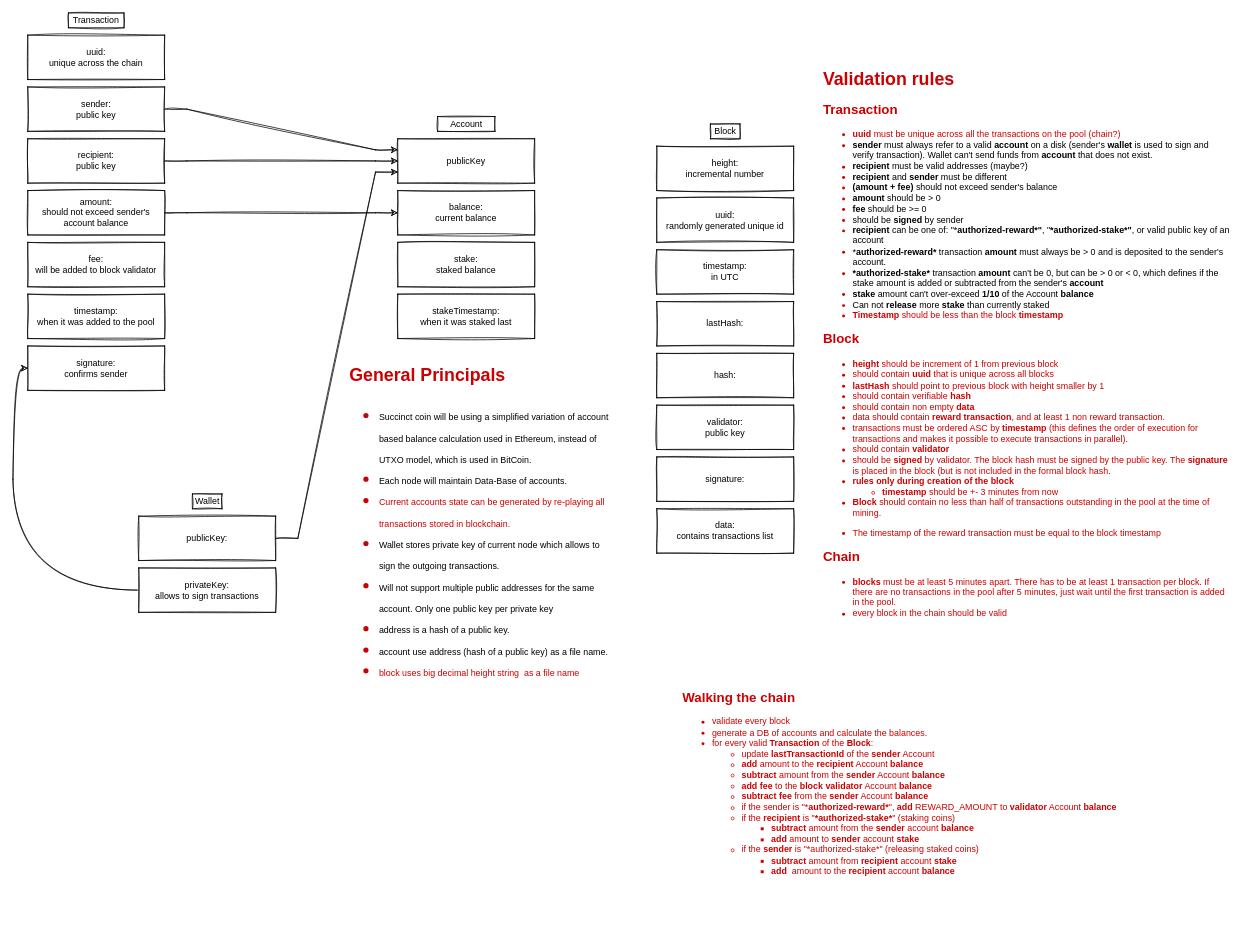
Above: docs/Transaction Structure Diagram.drawio in echowaves/succinctcoin (draw.io), before the change. Source tidied: cells renumbered, new cells numbered last; positions are measured from the earlier drawing's top-left corner, leaving out a move shared by most shapes. Both pictures are drawn from the tidied source at 74%, with x=0, y=0 at pixel (27, 13).
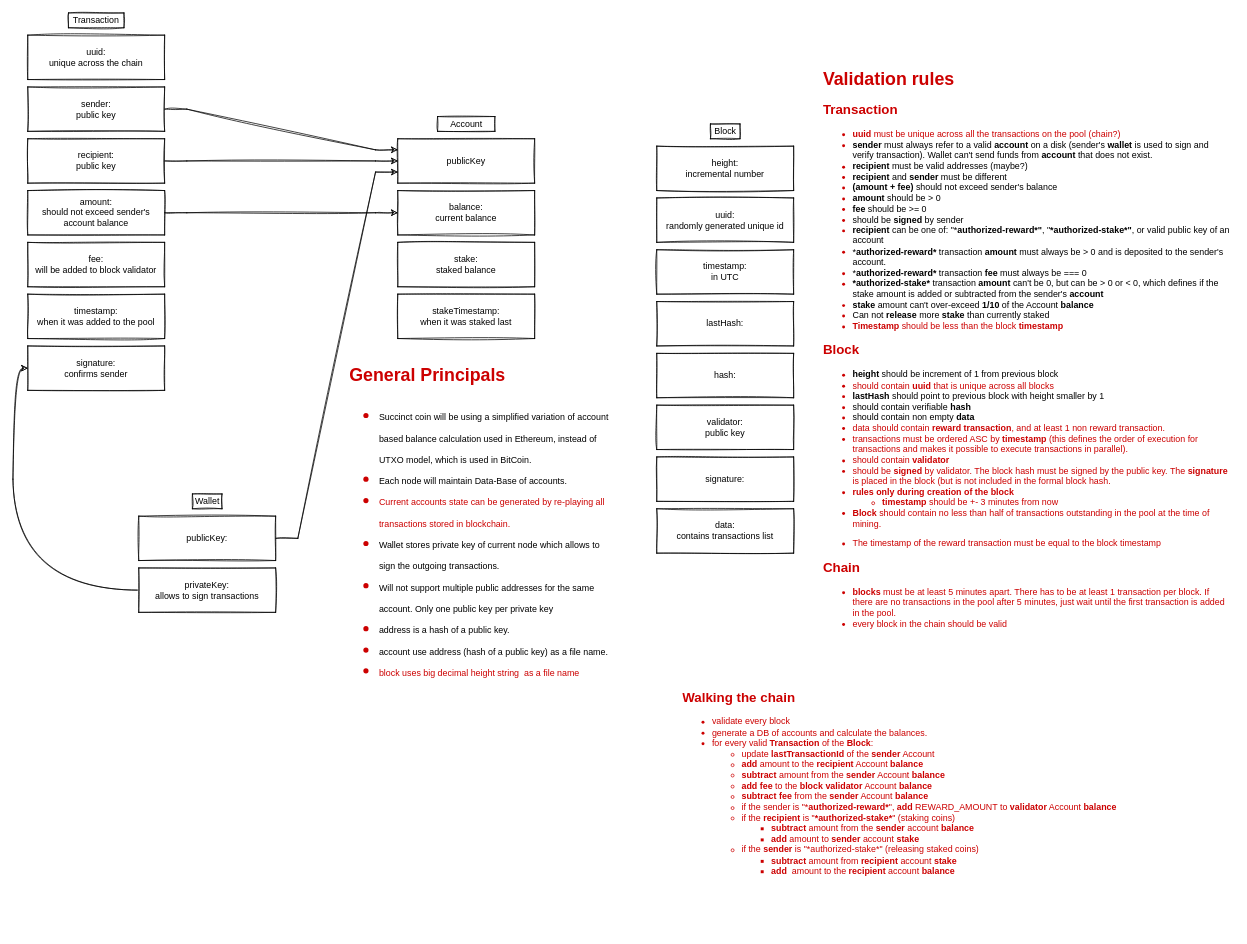
Above is the later version.

Commit message (it also covers changes not shown here):
small refactoring of reward tranasctions and signing of blocks and transactions

What changed in the source:
```diff
@@
-    <mxCell id="30" value="&lt;h1&gt;Validation rules&lt;/h1&gt;&lt;h2&gt;Transaction&lt;/h2&gt;&lt;div&gt;&lt;ul&gt;&lt;li&gt;&lt;b&gt;uuid&lt;/b&gt; must be unique across all the transactions on the pool (chain?)&lt;/li&gt;&lt;li&gt;&lt;font color=&quot;#000000&quot;&gt;&lt;b&gt;sender &lt;/b&gt;must always refer to a valid &lt;b&gt;account&lt;/b&gt; on a disk (sender's &lt;b&gt;wallet&lt;/b&gt; is used to sign and verify transaction). Wallet can't send funds from &lt;b&gt;account &lt;/b&gt;that does not exist.&lt;/font&gt;&lt;/li&gt;&lt;li&gt;&lt;font color=&quot;#000000&quot;&gt;&lt;b&gt;recipient&lt;/b&gt; must be valid addresses (maybe?)&lt;/font&gt;&lt;/li&gt;&lt;li&gt;&lt;font color=&quot;#000000&quot;&gt;&lt;b&gt;recipient&lt;/b&gt; and &lt;b&gt;sender&lt;/b&gt; must be different&lt;/font&gt;&lt;/li&gt;&lt;li&gt;&lt;font color=&quot;#000000&quot;&gt;&lt;b&gt;(amount + fee)&lt;/b&gt;&lt;span&gt; should not exceed sender's balance&lt;/span&gt;&lt;br&gt;&lt;/font&gt;&lt;/li&gt;&lt;li&gt;&lt;font color=&quot;#000000&quot;&gt;&lt;b&gt;amount&lt;/b&gt; should be &amp;gt; 0&lt;/font&gt;&lt;/li&gt;&lt;li&gt;&lt;font color=&quot;#000000&quot;&gt;&lt;b&gt;fee&lt;/b&gt;&amp;nbsp;should be &amp;gt;= 0&lt;/font&gt;&lt;/li&gt;&lt;li&gt;&lt;font color=&quot;#000000&quot;&gt;should be &lt;b&gt;signed&lt;/b&gt; by sender&lt;/font&gt;&lt;/li&gt;&lt;li&gt;&lt;font color=&quot;#000000&quot;&gt;&lt;b&gt;recipient&lt;/b&gt;&lt;span&gt;&amp;nbsp;can be one of: &quot;*&lt;/span&gt;&lt;b&gt;authorized-reward*&quot;&lt;/b&gt;&lt;span&gt;, &quot;&lt;/span&gt;&lt;b&gt;*authorized-stake*&quot;&lt;/b&gt;&lt;span&gt;, or valid public key of an account&lt;/span&gt;&lt;br&gt;&lt;/font&gt;&lt;/li&gt;&lt;li&gt;&lt;font color=&quot;#000000&quot;&gt;&lt;span&gt;*&lt;/span&gt;&lt;b&gt;authorized-reward*&lt;/b&gt;&amp;nbsp;transaction &lt;b&gt;amount&lt;/b&gt; must always be &amp;gt; 0 and is deposited to the sender's account.&lt;/font&gt;&lt;/li&gt;&lt;li&gt;&lt;font color=&quot;#000000&quot;&gt;&lt;b&gt;*authorized-stake* &lt;/b&gt;&lt;span&gt;transaction &lt;b&gt;amount&lt;/b&gt; can't be 0, but can be &amp;gt; 0 or &amp;lt; 0, which defines if the stake amount is added or subtracted from the sender's &lt;b&gt;account&lt;/b&gt;&lt;/span&gt;&lt;/font&gt;&lt;br&gt;&lt;/li&gt;&lt;li&gt;&lt;font color=&quot;#000000&quot;&gt;&lt;b&gt;stake &lt;/b&gt;amount can't over-exceed &lt;b&gt;1/10&lt;/b&gt; of the Account &lt;b&gt;balance&lt;/b&gt;&lt;/font&gt;&lt;/li&gt;&lt;li&gt;&lt;font color=&quot;#000000&quot;&gt;Can not &lt;b&gt;release&lt;/b&gt; more &lt;b&gt;stake&lt;/b&gt; than currently staked&lt;/font&gt;&lt;/li&gt;&lt;li&gt;&lt;b&gt;Timestamp &lt;/b&gt;should be less than the block &lt;b&gt;timestamp&lt;/b&gt;&lt;/li&gt;&lt;/ul&gt;&lt;/div&gt;&lt;h2&gt;Block&lt;/h2&gt;&lt;div&gt;&lt;ul&gt;&lt;li&gt;&lt;b&gt;height&lt;/b&gt;&lt;span&gt; should be increment of 1 from previous block&lt;/span&gt;&lt;br&gt;&lt;/li&gt;&lt;li&gt;should contain &lt;b&gt;uuid &lt;/b&gt;that is unique across all blocks&lt;/li&gt;&lt;li&gt;&lt;b&gt;lastHash&lt;/b&gt; should point to previous block with height smaller by 1&lt;/li&gt;&lt;li&gt;should contain verifiable &lt;b&gt;hash&lt;/b&gt;&lt;/li&gt;&lt;li&gt;should contain non empty &lt;b&gt;data&lt;/b&gt;&lt;/li&gt;&lt;li&gt;data should contain&amp;nbsp;&lt;b&gt;reward transaction&lt;/b&gt;, and at least 1 non reward transaction.&lt;/li&gt;&lt;li&gt;transactions must be ordered ASC by &lt;b&gt;timestamp &lt;/b&gt;(this defines the order of execution for transactions and makes it possible to execute transactions in parallel).&lt;/li&gt;&lt;li&gt;should contain &lt;b&gt;validator&lt;/b&gt;&lt;/li&gt;&lt;li&gt;should be &lt;b&gt;signed&lt;/b&gt; by validator. The block hash must be signed by the public key. The &lt;b&gt;signature&lt;/b&gt; is placed in the block (but is not included in the formal block hash.&lt;/li&gt;&lt;li&gt;&lt;b&gt;rules only during creation of the block&lt;/b&gt;&lt;/li&gt;&lt;ul&gt;&lt;li&gt;&lt;b&gt;timestamp&lt;/b&gt; should be +- 3 minutes from now&lt;/li&gt;&lt;/ul&gt;&lt;li&gt;&lt;b&gt;Block &lt;/b&gt;should contain no less than half of transactions outstanding in the pool at the time of mining.&lt;/li&gt;&lt;/ul&gt;&lt;p&gt;&lt;/p&gt;&lt;ul&gt;&lt;li&gt;&lt;span style=&quot;background-color: rgb(255 , 255 , 255)&quot;&gt;&lt;font style=&quot;font-size: 12px&quot;&gt;The timestamp of the reward transaction must be equal to the block timestamp&lt;/font&gt;&lt;/span&gt;&lt;/li&gt;&lt;/ul&gt;&lt;p&gt;&lt;/p&gt;&lt;/div&gt;&lt;h2&gt;Chain&lt;/h2&gt;&lt;div&gt;&lt;ul&gt;&lt;li&gt;&lt;b&gt;blocks&amp;nbsp;&lt;/b&gt;must be at least 5 minutes apart. There has to be at least 1 transaction per block. If there are no transactions in the pool after 5 minutes, just wait until the first transaction is added in the pool.&lt;/li&gt;&lt;li&gt;every block in the chain should be valid&lt;/li&gt;&lt;/ul&gt;&lt;div&gt;&lt;br&gt;&lt;/div&gt;&lt;/div&gt;&lt;h2&gt;&lt;br&gt;&lt;/h2&gt;" style="text;html=1;fillColor=none;spacing=5;spacingTop=-20;whiteSpace=wrap;overflow=hidden;rounded=0;sketch=1;fontColor=#CC0000;" parent="1" vertex="1">
+    <mxCell id="30" value="&lt;h1&gt;Validation rules&lt;/h1&gt;&lt;h2&gt;Transaction&lt;/h2&gt;&lt;div&gt;&lt;ul&gt;&lt;li&gt;&lt;b&gt;uuid&lt;/b&gt; must be unique across all the transactions on the pool (chain?)&lt;/li&gt;&lt;li&gt;&lt;font color=&quot;#000000&quot;&gt;&lt;b&gt;sender &lt;/b&gt;must always refer to a valid &lt;b&gt;account&lt;/b&gt; on a disk (sender's &lt;b&gt;wallet&lt;/b&gt; is used to sign and verify transaction). Wallet can't send funds from &lt;b&gt;account &lt;/b&gt;that does not exist.&lt;/font&gt;&lt;/li&gt;&lt;li&gt;&lt;font color=&quot;#000000&quot;&gt;&lt;b&gt;recipient&lt;/b&gt; must be valid addresses (maybe?)&lt;/font&gt;&lt;/li&gt;&lt;li&gt;&lt;font color=&quot;#000000&quot;&gt;&lt;b&gt;recipient&lt;/b&gt; and &lt;b&gt;sender&lt;/b&gt; must be different&lt;/font&gt;&lt;/li&gt;&lt;li&gt;&lt;font color=&quot;#000000&quot;&gt;&lt;b&gt;(amount + fee)&lt;/b&gt;&lt;span&gt; should not exceed sender's balance&lt;/span&gt;&lt;br&gt;&lt;/font&gt;&lt;/li&gt;&lt;li&gt;&lt;font color=&quot;#000000&quot;&gt;&lt;b&gt;amount&lt;/b&gt; should be &amp;gt; 0&lt;/font&gt;&lt;/li&gt;&lt;li&gt;&lt;font color=&quot;#000000&quot;&gt;&lt;b&gt;fee&lt;/b&gt;&amp;nbsp;should be &amp;gt;= 0&lt;/font&gt;&lt;/li&gt;&lt;li&gt;&lt;font color=&quot;#000000&quot;&gt;should be &lt;b&gt;signed&lt;/b&gt; by sender&lt;/font&gt;&lt;/li&gt;&lt;li&gt;&lt;font color=&quot;#000000&quot;&gt;&lt;b&gt;recipient&lt;/b&gt;&lt;span&gt;&amp;nbsp;can be one of: &quot;*&lt;/span&gt;&lt;b&gt;authorized-reward*&quot;&lt;/b&gt;&lt;span&gt;, &quot;&lt;/span&gt;&lt;b&gt;*authorized-stake*&quot;&lt;/b&gt;&lt;span&gt;, or valid public key of an account&lt;/span&gt;&lt;br&gt;&lt;/font&gt;&lt;/li&gt;&lt;li&gt;&lt;font color=&quot;#000000&quot;&gt;&lt;span&gt;*&lt;/span&gt;&lt;b&gt;authorized-reward*&lt;/b&gt;&amp;nbsp;transaction &lt;b&gt;amount&lt;/b&gt; must always be &amp;gt; 0 and is deposited to the sender's account.&lt;/font&gt;&lt;/li&gt;&lt;li&gt;&lt;font color=&quot;#000000&quot;&gt;*&lt;b&gt;authorized-reward*&lt;/b&gt;&amp;nbsp;transaction&amp;nbsp;&lt;b&gt;fee&lt;/b&gt;&amp;nbsp;must always be === 0&amp;nbsp;&lt;/font&gt;&lt;/li&gt;&lt;li&gt;&lt;font color=&quot;#000000&quot;&gt;&lt;b&gt;*authorized-stake* &lt;/b&gt;&lt;span&gt;transaction &lt;b&gt;amount&lt;/b&gt; can't be 0, but can be &amp;gt; 0 or &amp;lt; 0, which defines if the stake amount is added or subtracted from the sender's &lt;b&gt;account&lt;/b&gt;&lt;/span&gt;&lt;/font&gt;&lt;br&gt;&lt;/li&gt;&lt;li&gt;&lt;font color=&quot;#000000&quot;&gt;&lt;b&gt;stake &lt;/b&gt;amount can't over-exceed &lt;b&gt;1/10&lt;/b&gt; of the Account &lt;b&gt;balance&lt;/b&gt;&lt;/font&gt;&lt;/li&gt;&lt;li&gt;&lt;font color=&quot;#000000&quot;&gt;Can not &lt;b&gt;release&lt;/b&gt; more &lt;b&gt;stake&lt;/b&gt; than currently staked&lt;/font&gt;&lt;/li&gt;&lt;li&gt;&lt;b&gt;Timestamp &lt;/b&gt;should be less than the block &lt;b&gt;timestamp&lt;/b&gt;&lt;/li&gt;&lt;/ul&gt;&lt;/div&gt;&lt;h2&gt;Block&lt;/h2&gt;&lt;div&gt;&lt;ul&gt;&lt;li&gt;&lt;font color=&quot;#000000&quot;&gt;&lt;b&gt;height&lt;/b&gt;&lt;span&gt; should be increment of 1 from previous block&lt;/span&gt;&lt;br&gt;&lt;/font&gt;&lt;/li&gt;&lt;li&gt;should contain &lt;b&gt;uuid &lt;/b&gt;that is unique across all blocks&lt;/li&gt;&lt;li&gt;&lt;font color=&quot;#000000&quot;&gt;&lt;b&gt;lastHash&lt;/b&gt; should point to previous block with height smaller by 1&lt;/font&gt;&lt;/li&gt;&lt;li&gt;&lt;font color=&quot;#000000&quot;&gt;should contain verifiable &lt;b&gt;hash&lt;/b&gt;&lt;/font&gt;&lt;/li&gt;&lt;li&gt;&lt;font color=&quot;#000000&quot;&gt;should contain non empty &lt;b&gt;data&lt;/b&gt;&lt;/font&gt;&lt;/li&gt;&lt;li&gt;data should contain&amp;nbsp;&lt;b&gt;reward transaction&lt;/b&gt;, and at least 1 non reward transaction.&lt;/li&gt;&lt;li&gt;transactions must be ordered ASC by &lt;b&gt;timestamp &lt;/b&gt;(this defines the order of execution for transactions and makes it possible to execute transactions in parallel).&lt;/li&gt;&lt;li&gt;should contain &lt;b&gt;validator&lt;/b&gt;&lt;/li&gt;&lt;li&gt;should be &lt;b&gt;signed&lt;/b&gt; by validator. The block hash must be signed by the public key. The &lt;b&gt;signature&lt;/b&gt; is placed in the block (but is not included in the formal block hash.&lt;/li&gt;&lt;li&gt;&lt;b&gt;rules only during creation of the block&lt;/b&gt;&lt;/li&gt;&lt;ul&gt;&lt;li&gt;&lt;b&gt;timestamp&lt;/b&gt; should be +- 3 minutes from now&lt;/li&gt;&lt;/ul&gt;&lt;li&gt;&lt;b&gt;Block &lt;/b&gt;should contain no less than half of transactions outstanding in the pool at the time of mining.&lt;/li&gt;&lt;/ul&gt;&lt;p&gt;&lt;/p&gt;&lt;ul&gt;&lt;li&gt;&lt;span style=&quot;background-color: rgb(255 , 255 , 255)&quot;&gt;&lt;font style=&quot;font-size: 12px&quot;&gt;The timestamp of the reward transaction must be equal to the block timestamp&lt;/font&gt;&lt;/span&gt;&lt;/li&gt;&lt;/ul&gt;&lt;p&gt;&lt;/p&gt;&lt;/div&gt;&lt;h2&gt;Chain&lt;/h2&gt;&lt;div&gt;&lt;ul&gt;&lt;li&gt;&lt;b&gt;blocks&amp;nbsp;&lt;/b&gt;must be at least 5 minutes apart. There has to be at least 1 transaction per block. If there are no transactions in the pool after 5 minutes, just wait until the first transaction is added in the pool.&lt;/li&gt;&lt;li&gt;every block in the chain should be valid&lt;/li&gt;&lt;/ul&gt;&lt;div&gt;&lt;br&gt;&lt;/div&gt;&lt;/div&gt;&lt;h2&gt;&lt;br&gt;&lt;/h2&gt;" style="text;html=1;fillColor=none;spacing=5;spacingTop=-20;whiteSpace=wrap;overflow=hidden;rounded=0;sketch=1;fontColor=#CC0000;" parent="1" vertex="1">
       <mxGeometry x="1070" y="70" width="560" height="780" as="geometry" />
     </mxCell>
```
